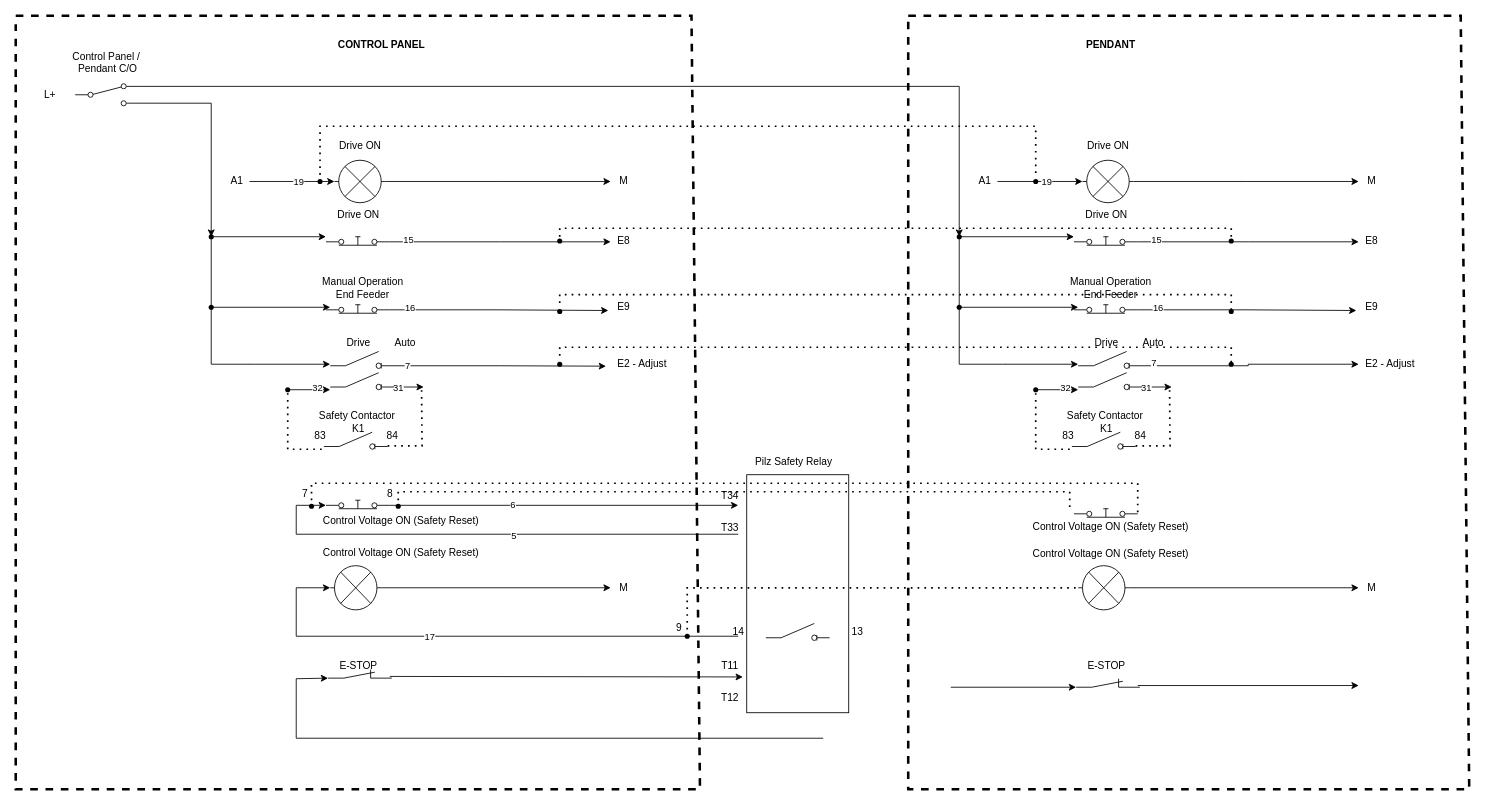
Above: 176 Pendant.drawio in nicholas-carnie/Nicks-files (draw.io), before the change. Source tidied: cells renumbered, new cells numbered last; positions are measured from the earlier drawing's top-left corner, leaving out a move shared by most shapes. Both pictures are drawn from the tidied source at 85%, with x=0, y=0 at pixel (15, 15).
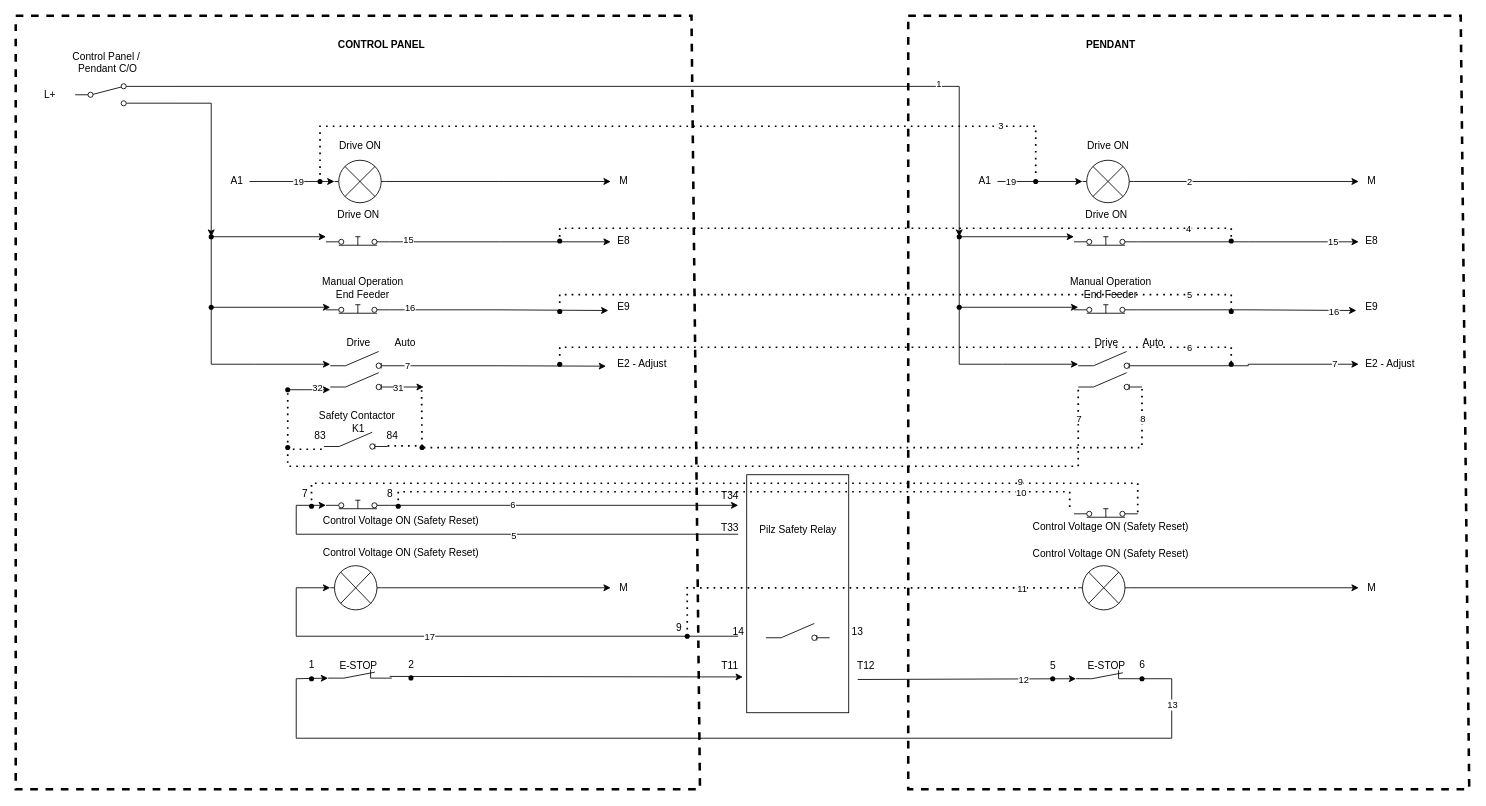
After the change.

The change refers to these unchanged cells:
```xml
<mxCell id="8" style="edgeStyle=orthogonalEdgeStyle;rounded=0;jettySize=auto;html=1;exitX=1;exitY=0.12;exitDx=0;exitDy=0;entryX=0.451;entryY=-0.068;entryDx=0;entryDy=0;entryPerimeter=0;" parent="1" edge="1" source="9" target="76">
  <mxGeometry relative="1" as="geometry" />
</mxCell>
<mxCell id="30" style="verticalLabelPosition=bottom;shadow=0;dashed=0;align=center;html=1;verticalAlign=top;shape=mxgraph.electrical.electro-mechanical.break_contact;" parent="1" vertex="1">
  <mxGeometry x="367.5" y="769.3" width="75" height="10" as="geometry" />
</mxCell>
<mxCell id="68" style="edgeStyle=orthogonalEdgeStyle;rounded=0;jettySize=auto;html=1;exitX=1;exitY=0.8;exitDx=0;exitDy=0;" parent="1" edge="1" source="70">
  <mxGeometry relative="1" as="geometry">
    <mxPoint x="1580" y="266" as="targetPoint" />
  </mxGeometry>
</mxCell>
<mxCell id="83" style="edgeStyle=orthogonalEdgeStyle;rounded=0;jettySize=auto;html=1;exitX=1;exitY=0.84;exitDx=0;exitDy=0;" parent="1" edge="1" source="85">
  <mxGeometry relative="1" as="geometry">
    <mxPoint x="1580" y="410" as="targetPoint" />
    <Array as="points">
      <mxPoint x="1450" y="412" />
      <mxPoint x="1450" y="410" />
      <mxPoint x="1576" y="410" />
    </Array>
  </mxGeometry>
</mxCell>
<mxCell id="88" style="html=1;shape=mxgraph.electrical.electro-mechanical.switchDisconnector;elSwitchState=off;" parent="1" vertex="1">
  <mxGeometry x="1250" y="420" width="75" height="20" as="geometry" />
</mxCell>
<mxCell id="94" style="edgeStyle=orthogonalEdgeStyle;rounded=0;jettySize=auto;html=1;exitX=1;exitY=0.8;exitDx=0;exitDy=0;entryX=0.055;entryY=0.627;entryDx=0;entryDy=0;entryPerimeter=0;" parent="1" edge="1" source="89" target="91">
  <mxGeometry relative="1" as="geometry" />
</mxCell>
<mxCell id="107" style="edgeStyle=orthogonalEdgeStyle;rounded=0;jettySize=auto;html=1;exitX=1;exitY=0.5;exitDx=0;exitDy=0;exitPerimeter=0;" parent="1" edge="1" source="108">
  <mxGeometry relative="1" as="geometry">
    <mxPoint x="1580" y="195" as="targetPoint" />
  </mxGeometry>
</mxCell>
<mxCell id="112" style="endArrow=classic;html=1;rounded=0;entryX=0;entryY=0.5;entryDx=0;entryDy=0;entryPerimeter=0;" parent="1" edge="1" target="108">
  <mxGeometry relative="1" as="geometry">
    <mxPoint x="1155" y="195" as="sourcePoint" />
  </mxGeometry>
</mxCell>
<mxCell id="118" style="endArrow=none;dashed=1;html=1;dashPattern=1 3;strokeWidth=2;rounded=0;exitX=0.5;exitY=0.25;exitDx=0;exitDy=0;exitPerimeter=0;" parent="1" edge="1" source="119">
  <mxGeometry relative="1" as="geometry">
    <mxPoint x="1200" y="190" as="targetPoint" />
    <Array as="points">
      <mxPoint x="358" y="130" />
      <mxPoint x="1200" y="130" />
    </Array>
  </mxGeometry>
</mxCell>
<mxCell id="121" style="endArrow=none;dashed=1;html=1;dashPattern=1 3;strokeWidth=2;rounded=0;entryX=0;entryY=0.5;entryDx=0;entryDy=0;entryPerimeter=0;" parent="1" edge="1" source="123" target="109">
  <mxGeometry relative="1" as="geometry">
    <Array as="points">
      <mxPoint x="790" y="673" />
    </Array>
  </mxGeometry>
</mxCell>
<mxCell id="124" style="endArrow=none;dashed=1;html=1;dashPattern=1 3;strokeWidth=2;rounded=0;" parent="1" edge="1">
  <mxGeometry relative="1" as="geometry">
    <mxPoint x="450" y="570" as="sourcePoint" />
    <mxPoint x="1240" y="580" as="targetPoint" />
    <Array as="points">
      <mxPoint x="450" y="560" />
      <mxPoint x="1240" y="560" />
    </Array>
  </mxGeometry>
</mxCell>
<mxCell id="125" style="endArrow=none;dashed=1;html=1;dashPattern=1 3;strokeWidth=2;rounded=0;entryX=1;entryY=0.8;entryDx=0;entryDy=0;" parent="1" edge="1" target="71">
  <mxGeometry relative="1" as="geometry">
    <mxPoint x="348" y="570" as="sourcePoint" />
    <Array as="points">
      <mxPoint x="348" y="550" />
      <mxPoint x="1138" y="550" />
      <mxPoint x="1320" y="550" />
    </Array>
  </mxGeometry>
</mxCell>
<mxCell id="134" style="endArrow=none;dashed=1;html=1;dashPattern=1 3;strokeWidth=2;rounded=0;" parent="1" edge="1" target="137">
  <mxGeometry relative="1" as="geometry">
    <mxPoint x="640" y="260" as="sourcePoint" />
    <Array as="points">
      <mxPoint x="640" y="250" />
      <mxPoint x="1430" y="250" />
    </Array>
  </mxGeometry>
</mxCell>
<mxCell id="135" style="endArrow=none;dashed=1;html=1;dashPattern=1 3;strokeWidth=2;rounded=0;" parent="1" edge="1" target="138">
  <mxGeometry relative="1" as="geometry">
    <mxPoint x="640" y="338" as="sourcePoint" />
    <Array as="points">
      <mxPoint x="640" y="328" />
      <mxPoint x="1430" y="328" />
    </Array>
  </mxGeometry>
</mxCell>
<mxCell id="136" style="endArrow=none;dashed=1;html=1;dashPattern=1 3;strokeWidth=2;rounded=0;" parent="1" edge="1" target="139">
  <mxGeometry relative="1" as="geometry">
    <mxPoint x="640" y="400" as="sourcePoint" />
    <Array as="points">
      <mxPoint x="640" y="390" />
      <mxPoint x="1430" y="390" />
    </Array>
  </mxGeometry>
</mxCell>
```

Change to the diagram source:
```diff
@@
+    <mxCell id="148" value="1" style="edgeLabel;html=1;align=center;verticalAlign=middle;" parent="8" vertex="1">
+      <mxGeometry x="0.65" y="4" relative="1" as="geometry">
+        <mxPoint x="-1" as="offset" />
+      </mxGeometry>
+    </mxCell>
@@
-    <mxCell id="48" style="endArrow=classic;html=1;rounded=0;entryX=0;entryY=1;entryDx=0;entryDy=0;entryPerimeter=0;" parent="1" edge="1" target="30">
+    <mxCell id="48" style="endArrow=classic;html=1;rounded=0;entryX=0;entryY=1;entryDx=0;entryDy=0;entryPerimeter=0;exitX=1;exitY=1;exitDx=0;exitDy=0;exitPerimeter=0;" parent="1" edge="1" source="92" target="30">
       <mxGeometry relative="1" as="geometry">
-        <mxPoint x="950" y="850" as="sourcePoint" />
         <Array as="points">
+          <mxPoint x="1360" y="780" />
+          <mxPoint x="1360" y="850" />
           <mxPoint x="330" y="850" />
           <mxPoint x="330" y="780" />
         </Array>
       </mxGeometry>
     </mxCell>
+    <mxCell id="149" value="13" style="edgeLabel;html=1;align=center;verticalAlign=middle;" parent="48" vertex="1">
+      <mxGeometry x="-0.89" relative="1" as="geometry" />
+    </mxCell>
@@
-    <mxCell id="59" value="Pilz Safety Relay" style="text;html=1;align=center;verticalAlign=middle;strokeColor=none;fillColor=none;" parent="1" vertex="1">
-      <mxGeometry x="860" y="510" width="110" height="30" as="geometry" />
-    </mxCell>
@@
     <mxCell id="69" value="15" style="edgeLabel;html=1;align=center;verticalAlign=middle;" parent="68" vertex="1">
-      <mxGeometry x="-0.84" y="3" relative="1" as="geometry" />
+      <mxGeometry x="-0.84" y="3" relative="1" as="geometry">
+        <mxPoint x="208" y="2" as="offset" />
+      </mxGeometry>
     </mxCell>
@@
     <mxCell id="84" value="7" style="edgeLabel;html=1;align=center;verticalAlign=middle;" parent="83" vertex="1">
-      <mxGeometry x="-0.9" y="3" relative="1" as="geometry" />
+      <mxGeometry x="-0.9" y="3" relative="1" as="geometry">
+        <mxPoint x="213" y="1" as="offset" />
+      </mxGeometry>
     </mxCell>
@@
-    <mxCell id="86" style="edgeStyle=orthogonalEdgeStyle;rounded=0;jettySize=auto;html=1;exitX=1;exitY=0.84;exitDx=0;exitDy=0;" parent="1" edge="1" source="88">
-      <mxGeometry relative="1" as="geometry">
-        <mxPoint x="1360" y="437" as="targetPoint" />
-      </mxGeometry>
-    </mxCell>
-    <mxCell id="87" value="31" style="edgeLabel;html=1;align=center;verticalAlign=middle;" parent="86" vertex="1">
-      <mxGeometry x="-0.75" y="-1" relative="1" as="geometry" />
-    </mxCell>
@@
     <mxCell id="92" style="verticalLabelPosition=bottom;shadow=0;dashed=0;align=center;html=1;verticalAlign=top;shape=mxgraph.electrical.electro-mechanical.break_contact;" parent="1" vertex="1">
-      <mxGeometry x="1247.5" y="780" width="75" height="10" as="geometry" />
+      <mxGeometry x="1247.5" y="770" width="75" height="10" as="geometry" />
     </mxCell>
@@
     <mxCell id="95" value="16" style="edgeLabel;html=1;align=center;verticalAlign=middle;" parent="94" vertex="1">
       <mxGeometry x="-0.83" y="3" relative="1" as="geometry">
-        <mxPoint x="1" as="offset" />
+        <mxPoint x="208" y="5" as="offset" />
       </mxGeometry>
     </mxCell>
-    <mxCell id="96" value="Safety Contactor&amp;nbsp;&lt;div&gt;K1&lt;/div&gt;" style="text;html=1;align=center;verticalAlign=middle;strokeColor=none;fillColor=none;" parent="1" vertex="1">
-      <mxGeometry x="1222.5" y="458" width="120" height="40" as="geometry" />
-    </mxCell>
-    <mxCell id="97" style="endArrow=classic;html=1;rounded=0;exitX=0.223;exitY=0.523;exitDx=0;exitDy=0;exitPerimeter=0;" parent="1" edge="1" source="99">
-      <mxGeometry relative="1" as="geometry">
-        <mxPoint x="1250" y="440" as="targetPoint" />
-      </mxGeometry>
-    </mxCell>
-    <mxCell id="98" value="32" style="edgeLabel;html=1;align=center;verticalAlign=middle;" parent="97" vertex="1">
-      <mxGeometry x="0.37" y="3" relative="1" as="geometry" />
-    </mxCell>
-    <mxCell id="99" style="shape=waypoint;sketch=0;fillStyle=solid;size=6;points=[];fillColor=none;perimeter=centerPerimeter;snapToPoint=1;" parent="1" vertex="1">
-      <mxGeometry x="1190" y="430" width="20" height="20" as="geometry" />
-    </mxCell>
-    <mxCell id="100" style="html=1;shape=mxgraph.electrical.electro-mechanical.switchDisconnector;elSwitchState=off;" parent="1" vertex="1">
-      <mxGeometry x="1242.5" y="490" width="75" height="20" as="geometry" />
-    </mxCell>
-    <mxCell id="101" style="endArrow=none;dashed=1;html=1;dashPattern=1 3;strokeWidth=2;rounded=0;" parent="1" edge="1">
-      <mxGeometry relative="1" as="geometry">
-        <mxPoint x="1317.5" y="506" as="sourcePoint" />
-        <mxPoint x="1357.5" y="438" as="targetPoint" />
-        <Array as="points">
-          <mxPoint x="1358" y="506" />
-        </Array>
-      </mxGeometry>
-    </mxCell>
-    <mxCell id="102" style="endArrow=none;dashed=1;html=1;dashPattern=1 3;strokeWidth=2;rounded=0;" parent="1" edge="1">
-      <mxGeometry relative="1" as="geometry">
-        <mxPoint x="1240" y="510" as="sourcePoint" />
-        <mxPoint x="1200" y="440" as="targetPoint" />
-        <Array as="points">
-          <mxPoint x="1200" y="510" />
-        </Array>
-      </mxGeometry>
-    </mxCell>
-    <mxCell id="103" value="83" style="text;html=1;align=center;verticalAlign=middle;strokeColor=none;fillColor=none;" parent="1" vertex="1">
-      <mxGeometry x="1217.5" y="480" width="40" height="30" as="geometry" />
-    </mxCell>
-    <mxCell id="104" value="84" style="text;html=1;align=center;verticalAlign=middle;strokeColor=none;fillColor=none;" parent="1" vertex="1">
-      <mxGeometry x="1302.5" y="480" width="40" height="30" as="geometry" />
-    </mxCell>
-    <mxCell id="105" style="endArrow=classic;html=1;rounded=0;" parent="1" edge="1">
-      <mxGeometry relative="1" as="geometry">
-        <mxPoint x="1320" y="788" as="sourcePoint" />
-        <mxPoint x="1580" y="788" as="targetPoint" />
-      </mxGeometry>
-    </mxCell>
-    <mxCell id="106" style="endArrow=classic;html=1;rounded=0;entryX=0;entryY=1;entryDx=0;entryDy=0;entryPerimeter=0;" parent="1" edge="1" target="92">
+    <mxCell id="106" style="endArrow=classic;html=1;rounded=0;entryX=0;entryY=1;entryDx=0;entryDy=0;entryPerimeter=0;exitX=0.265;exitY=1.052;exitDx=0;exitDy=0;exitPerimeter=0;" parent="1" edge="1" target="92">
       <mxGeometry relative="1" as="geometry">
-        <mxPoint x="1100" y="790" as="sourcePoint" />
+        <mxPoint x="990.6" y="780.9" as="sourcePoint" />
       </mxGeometry>
     </mxCell>
+    <mxCell id="150" value="12" style="edgeLabel;html=1;align=center;verticalAlign=middle;" parent="106" vertex="1">
+      <mxGeometry x="0.52" relative="1" as="geometry" />
+    </mxCell>
@@
+    <mxCell id="151" value="2" style="edgeLabel;html=1;align=center;verticalAlign=middle;" parent="107" vertex="1">
+      <mxGeometry x="0.38" y="1" relative="1" as="geometry">
+        <mxPoint x="-117" y="1" as="offset" />
+      </mxGeometry>
+    </mxCell>
@@
     <mxCell id="113" value="19" style="edgeLabel;html=1;align=center;verticalAlign=middle;" parent="112" vertex="1">
-      <mxGeometry x="0.15" relative="1" as="geometry" />
+      <mxGeometry x="0.15" relative="1" as="geometry">
+        <mxPoint x="-42" as="offset" />
+      </mxGeometry>
     </mxCell>
@@
+    <mxCell id="152" value="3" style="edgeLabel;html=1;align=center;verticalAlign=middle;" parent="118" vertex="1">
+      <mxGeometry x="0.79" y="1" relative="1" as="geometry" />
+    </mxCell>
@@
+    <mxCell id="153" value="11" style="edgeLabel;html=1;align=center;verticalAlign=middle;" parent="121" vertex="1">
+      <mxGeometry x="0.74" relative="1" as="geometry" />
+    </mxCell>
@@
+    <mxCell id="154" value="10" style="edgeLabel;html=1;align=center;verticalAlign=middle;" parent="124" vertex="1">
+      <mxGeometry x="0.81" relative="1" as="geometry" />
+    </mxCell>
@@
+    <mxCell id="155" value="9" style="edgeLabel;html=1;align=center;verticalAlign=middle;" parent="125" vertex="1">
+      <mxGeometry x="0.66" y="3" relative="1" as="geometry" />
+    </mxCell>
@@
+    <mxCell id="156" value="4" style="edgeLabel;html=1;align=center;verticalAlign=middle;" parent="134" vertex="1">
+      <mxGeometry x="0.82" y="1" relative="1" as="geometry">
+        <mxPoint x="7" y="1" as="offset" />
+      </mxGeometry>
+    </mxCell>
@@
+    <mxCell id="157" value="5" style="edgeLabel;html=1;align=center;verticalAlign=middle;" parent="135" vertex="1">
+      <mxGeometry x="0.83" relative="1" as="geometry" />
+    </mxCell>
@@
+    <mxCell id="158" value="6" style="edgeLabel;html=1;align=center;verticalAlign=middle;" parent="136" vertex="1">
+      <mxGeometry x="0.84" relative="1" as="geometry">
+        <mxPoint x="-4" as="offset" />
+      </mxGeometry>
+    </mxCell>
@@
     <mxCell id="147" value="T12" style="text;html=1;align=center;verticalAlign=middle;strokeColor=none;fillColor=none;" parent="1" vertex="1">
-      <mxGeometry x="820" y="788" width="40" height="30" as="geometry" />
+      <mxGeometry x="980" y="750" width="40" height="30" as="geometry" />
     </mxCell>
+    <mxCell id="159" value="1" style="text;html=1;align=center;verticalAlign=middle;strokeColor=none;fillColor=none;" parent="1" vertex="1">
+      <mxGeometry x="332.5" y="749.3" width="30" height="30" as="geometry" />
+    </mxCell>
+    <mxCell id="160" value="2" style="text;html=1;align=center;verticalAlign=middle;strokeColor=none;fillColor=none;" parent="1" vertex="1">
+      <mxGeometry x="450" y="749.3" width="30" height="30" as="geometry" />
+    </mxCell>
+    <mxCell id="161" style="shape=waypoint;sketch=0;fillStyle=solid;size=6;fillColor=none;perimeter=centerPerimeter;" parent="1" vertex="1">
+      <mxGeometry x="338" y="770" width="20" height="20" as="geometry" />
+    </mxCell>
+    <mxCell id="162" style="shape=waypoint;sketch=0;fillStyle=solid;size=6;fillColor=none;perimeter=centerPerimeter;" parent="1" vertex="1">
+      <mxGeometry x="455" y="769" width="20" height="20" as="geometry" />
+    </mxCell>
+    <mxCell id="163" style="shape=waypoint;sketch=0;fillStyle=solid;size=6;fillColor=none;perimeter=centerPerimeter;" parent="1" vertex="1">
+      <mxGeometry x="1210" y="770" width="20" height="20" as="geometry" />
+    </mxCell>
+    <mxCell id="164" style="shape=waypoint;sketch=0;fillStyle=solid;size=6;fillColor=none;perimeter=centerPerimeter;" parent="1" vertex="1">
+      <mxGeometry x="1315" y="770" width="20" height="20" as="geometry" />
+    </mxCell>
+    <mxCell id="165" value="5" style="text;html=1;align=center;verticalAlign=middle;strokeColor=none;fillColor=none;" parent="1" vertex="1">
+      <mxGeometry x="1205" y="750" width="30" height="30" as="geometry" />
+    </mxCell>
+    <mxCell id="166" value="6" style="text;html=1;align=center;verticalAlign=middle;strokeColor=none;fillColor=none;" parent="1" vertex="1">
+      <mxGeometry x="1310" y="749.3" width="30" height="30" as="geometry" />
+    </mxCell>
+    <mxCell id="167" style="shape=waypoint;sketch=0;fillStyle=solid;size=6;points=[];fillColor=none;perimeter=centerPerimeter;snapToPoint=1;" parent="1" vertex="1">
+      <mxGeometry x="310" y="498" width="20" height="20" as="geometry" />
+    </mxCell>
+    <mxCell id="168" style="shape=waypoint;sketch=0;fillStyle=solid;size=6;fillColor=none;perimeter=centerPerimeter;" parent="1" vertex="1">
+      <mxGeometry x="468" y="498" width="20" height="20" as="geometry" />
+    </mxCell>
+    <mxCell id="169" style="endArrow=none;dashed=1;html=1;dashPattern=1 3;strokeWidth=2;rounded=0;entryX=1;entryY=0.84;entryDx=0;entryDy=0;" parent="1" edge="1" target="88">
+      <mxGeometry relative="1" as="geometry">
+        <mxPoint x="480" y="508" as="sourcePoint" />
+        <Array as="points">
+          <mxPoint x="1325" y="508" />
+        </Array>
+      </mxGeometry>
+    </mxCell>
+    <mxCell id="170" value="8" style="edgeLabel;html=1;align=center;verticalAlign=middle;" parent="169" vertex="1">
+      <mxGeometry x="0.92" relative="1" as="geometry" />
+    </mxCell>
+    <mxCell id="171" style="endArrow=none;dashed=1;html=1;dashPattern=1 3;strokeWidth=2;rounded=0;exitX=0.441;exitY=0.981;exitDx=0;exitDy=0;exitPerimeter=0;entryX=0;entryY=0.84;entryDx=0;entryDy=0;" parent="1" edge="1" source="167" target="88">
+      <mxGeometry relative="1" as="geometry">
+        <Array as="points">
+          <mxPoint x="320" y="530" />
+          <mxPoint x="440" y="530" />
+          <mxPoint x="1250" y="530" />
+        </Array>
+      </mxGeometry>
+    </mxCell>
+    <mxCell id="172" value="7" style="edgeLabel;html=1;align=center;verticalAlign=middle;" parent="171" vertex="1">
+      <mxGeometry x="0.93" relative="1" as="geometry" />
+    </mxCell>
+    <mxCell id="59" value="Pilz Safety Relay" style="text;html=1;align=center;verticalAlign=middle;strokeColor=none;fillColor=none;" parent="1" vertex="1">
+      <mxGeometry x="865" y="590" width="110" height="30" as="geometry" />
+    </mxCell>
```
